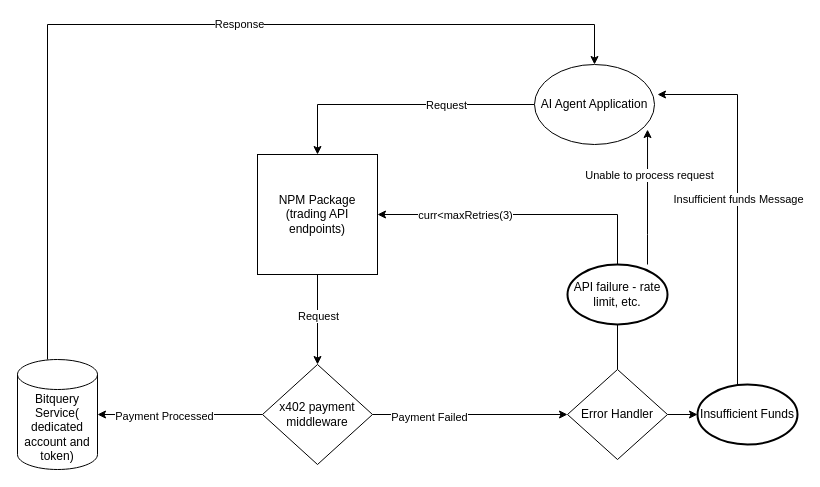
Above: x402-hackathon-project.drawio in Kshitij0O7/system-designs (draw.io), before the change. Source tidied: cells renumbered, new cells numbered last; positions are measured from the earlier drawing's top-left corner, leaving out a move shared by most shapes. Both pictures are drawn from the tidied source at 100%, with x=0, y=0 at pixel (17, 24).
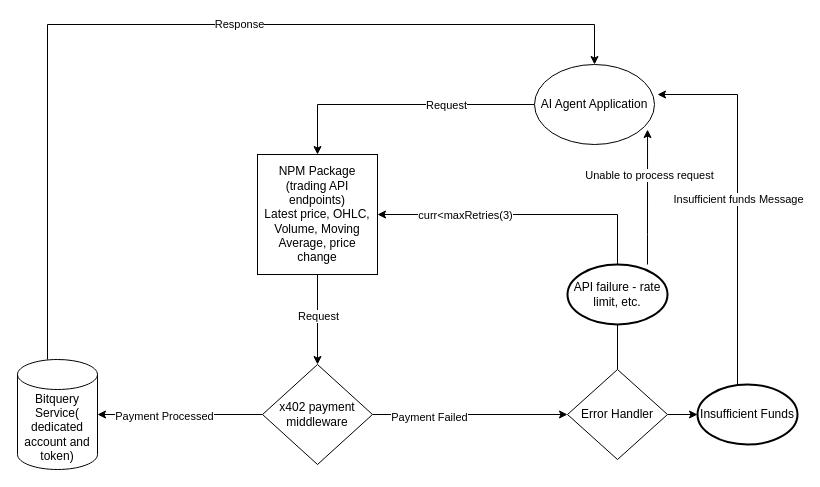
Above is the later version.

Diff of the diagram source:
```diff
@@
-    <mxCell id="15" value="NPM Package (trading API endpoints)" style="whiteSpace=wrap;html=1;" parent="1" vertex="1">
+    <mxCell id="15" value="NPM Package (trading API endpoints)&lt;div&gt;Latest price, OHLC, Volume, Moving Average, price change&lt;/div&gt;" style="whiteSpace=wrap;html=1;" parent="1" vertex="1">
       <mxGeometry x="240" y="130" width="120" height="120" as="geometry" />
     </mxCell>
```
